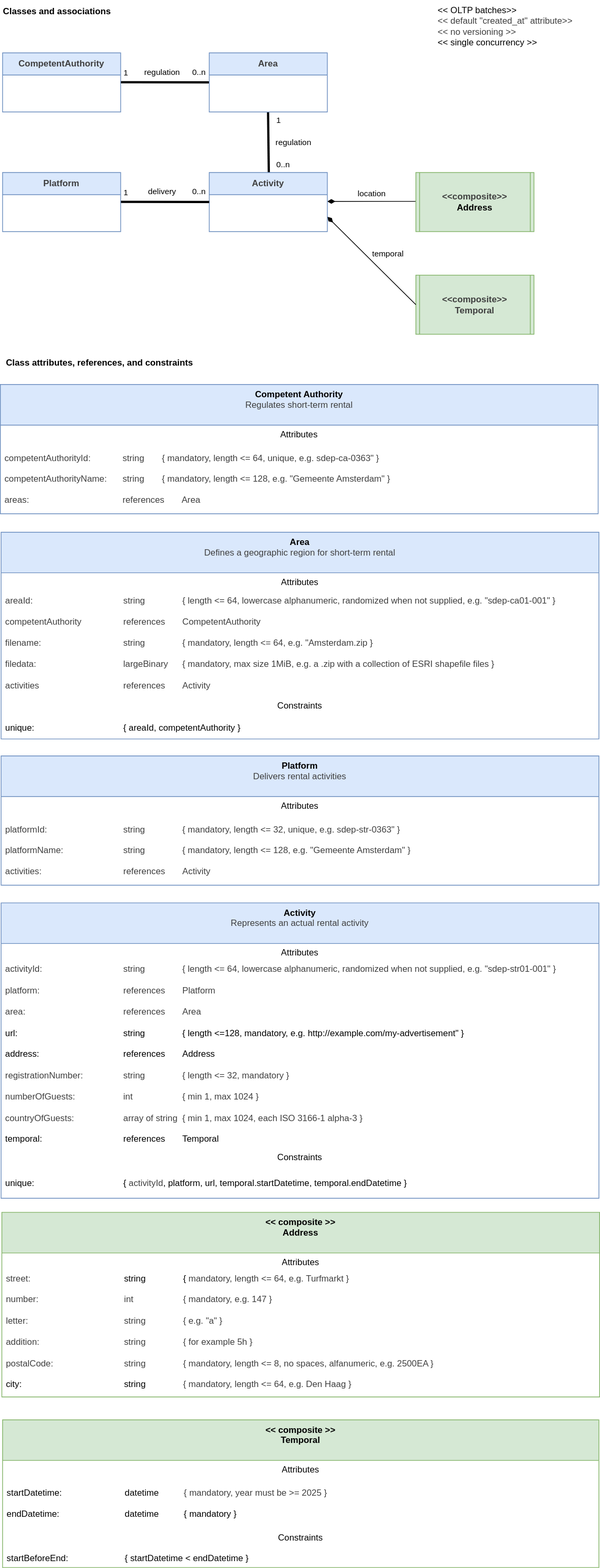
Earlier version of the draw.io export docs/Classes.svg (MinBZK/sdep.gov.nl). Source tidied: cells renumbered, new cells last; positions are measured from the earlier drawing's top-left corner, leaving out a move shared by most shapes.
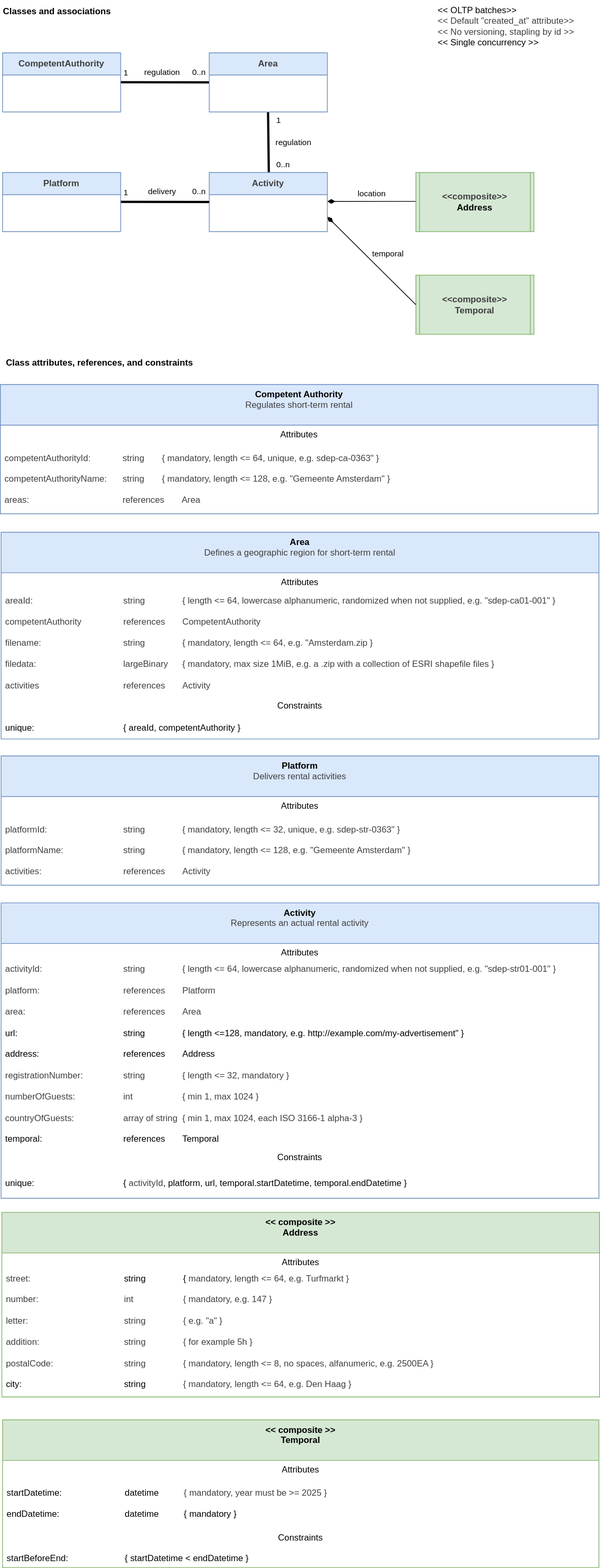
The same diagram one commit later.

Commit message:
[skip-ci] Documentatie

Diff of the diagram source:
```diff
@@ -24,7 +24,7 @@
         <mxPoint x="-1" y="-10" as="offset" />
       </mxGeometry>
     </mxCell>
-    <mxCell id="7" value="&amp;lt;&amp;lt; OLTP batches&amp;gt;&amp;gt;&lt;div&gt;&lt;span style=&quot;color: rgb(63, 63, 63);&quot;&gt;&amp;lt;&amp;lt; default &quot;created_at&quot; attribute&amp;gt;&amp;gt;&lt;/span&gt;&lt;/div&gt;&lt;div&gt;&lt;span style=&quot;color: rgb(63, 63, 63); background-color: transparent;&quot;&gt;&amp;lt;&amp;lt; no versioning &amp;gt;&amp;gt;&lt;/span&gt;&lt;/div&gt;&lt;div&gt;&lt;div&gt;&amp;lt;&amp;lt; single concurrency &amp;gt;&amp;gt;&lt;/div&gt;&lt;/div&gt;" style="text;html=1;align=left;verticalAlign=middle;strokeColor=none;fillColor=none;" parent="1" vertex="1">
+    <mxCell id="7" value="&amp;lt;&amp;lt; OLTP batches&amp;gt;&amp;gt;&lt;div&gt;&lt;span style=&quot;color: rgb(63, 63, 63);&quot;&gt;&amp;lt;&amp;lt; Default &quot;created_at&quot; attribute&amp;gt;&amp;gt;&lt;/span&gt;&lt;/div&gt;&lt;div&gt;&lt;span style=&quot;color: rgb(63, 63, 63); background-color: transparent;&quot;&gt;&amp;lt;&amp;lt; No versioning, stapling by id &amp;gt;&amp;gt;&lt;/span&gt;&lt;/div&gt;&lt;div&gt;&lt;div&gt;&amp;lt;&amp;lt; Single concurrency &amp;gt;&amp;gt;&lt;/div&gt;&lt;/div&gt;" style="text;html=1;align=left;verticalAlign=middle;strokeColor=none;fillColor=none;" parent="1" vertex="1">
       <mxGeometry x="591" width="210" height="70" as="geometry" />
     </mxCell>
     <mxCell id="8" style="endArrow=none;startArrow=none;endFill=0;startFill=0;endSize=8;html=1;verticalAlign=bottom;labelBackgroundColor=none;strokeWidth=3;entryX=0.487;entryY=0.966;entryDx=0;entryDy=0;entryPerimeter=0;exitX=0.505;exitY=0.071;exitDx=0;exitDy=0;exitPerimeter=0;" parent="1" edge="1" source="18">
```
